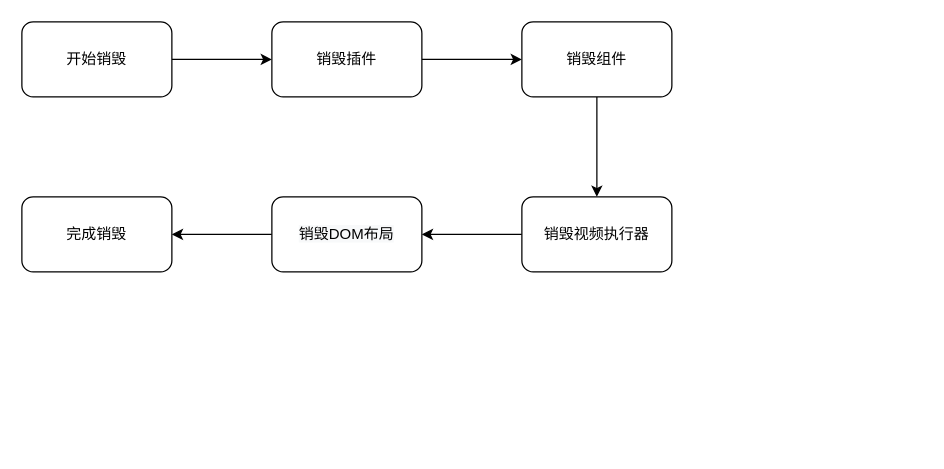
Before: docs/drawio/销毁流程图.drawio in c10342/media-player, a draw.io diagram. Source tidied: cells renumbered, new cells numbered last; positions are measured from the earlier drawing's top-left corner, leaving out a move shared by most shapes. Both pictures are drawn from the tidied source at 125%, with x=0, y=0 at pixel (21, 21).
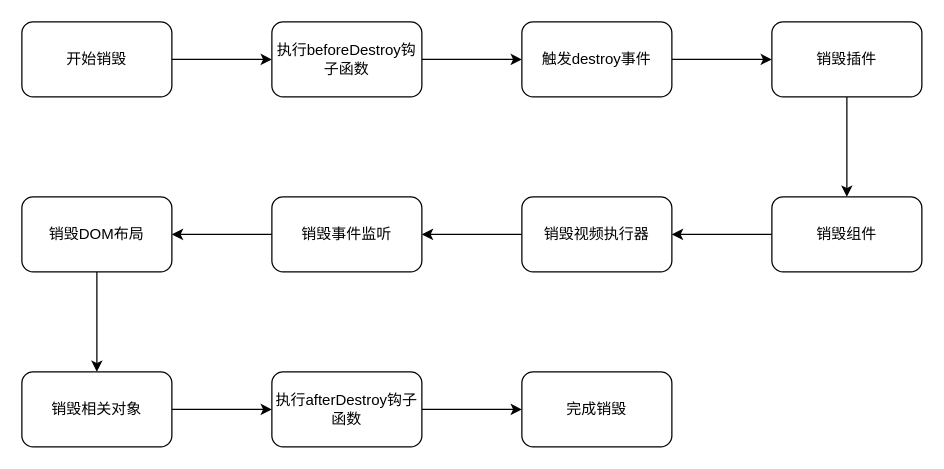
The same page after the edit.

The change refers to these unchanged cells:
```xml
<mxCell id="3" value="开始销毁" style="rounded=1;whiteSpace=wrap;html=1;" parent="1" vertex="1">
  <mxGeometry width="120" height="60" as="geometry" />
</mxCell>
<mxCell id="9" value="&lt;span&gt;销毁视频执行器&lt;/span&gt;" style="whiteSpace=wrap;html=1;rounded=1;" parent="1" vertex="1">
  <mxGeometry x="400" y="140" width="120" height="60" as="geometry" />
</mxCell>
```

What changed in the source:
```diff
@@
-    <mxCell id="2" style="edgeStyle=orthogonalEdgeStyle;rounded=0;jettySize=auto;html=1;" parent="1" edge="1" source="3" target="5">
-      <mxGeometry relative="1" as="geometry" />
-    </mxCell>
+    <mxCell id="13" style="edgeStyle=orthogonalEdgeStyle;rounded=0;jettySize=auto;html=1;" parent="1" edge="1" source="3" target="15">
+      <mxGeometry relative="1" as="geometry" />
+    </mxCell>
@@
+    <mxCell id="14" style="edgeStyle=orthogonalEdgeStyle;rounded=0;jettySize=auto;html=1;" parent="1" edge="1" source="15" target="17">
+      <mxGeometry relative="1" as="geometry" />
+    </mxCell>
+    <mxCell id="15" value="执行beforeDestroy钩子函数" style="whiteSpace=wrap;html=1;rounded=1;" parent="1" vertex="1">
+      <mxGeometry x="200" width="120" height="60" as="geometry" />
+    </mxCell>
+    <mxCell id="16" style="edgeStyle=orthogonalEdgeStyle;rounded=0;jettySize=auto;html=1;" parent="1" edge="1" source="17" target="5">
+      <mxGeometry relative="1" as="geometry" />
+    </mxCell>
+    <mxCell id="17" value="触发destroy事件" style="whiteSpace=wrap;html=1;rounded=1;" parent="1" vertex="1">
+      <mxGeometry x="400" width="120" height="60" as="geometry" />
+    </mxCell>
@@
     <mxCell id="5" value="销毁插件" style="whiteSpace=wrap;html=1;rounded=1;" parent="1" vertex="1">
-      <mxGeometry x="200" width="120" height="60" as="geometry" />
+      <mxGeometry x="600" width="120" height="60" as="geometry" />
     </mxCell>
@@
     <mxCell id="7" value="销毁组件" style="whiteSpace=wrap;html=1;rounded=1;" parent="1" vertex="1">
-      <mxGeometry x="400" width="120" height="60" as="geometry" />
+      <mxGeometry x="600" y="140" width="120" height="60" as="geometry" />
     </mxCell>
-    <mxCell id="8" style="edgeStyle=orthogonalEdgeStyle;rounded=0;jettySize=auto;html=1;" parent="1" edge="1" source="9" target="11">
-      <mxGeometry relative="1" as="geometry" />
-    </mxCell>
+    <mxCell id="18" style="edgeStyle=orthogonalEdgeStyle;rounded=0;jettySize=auto;html=1;" parent="1" edge="1" source="9" target="20">
+      <mxGeometry relative="1" as="geometry" />
+    </mxCell>
@@
-    <mxCell id="10" style="edgeStyle=orthogonalEdgeStyle;rounded=0;jettySize=auto;html=1;" parent="1" edge="1" source="11" target="12">
-      <mxGeometry relative="1" as="geometry" />
-    </mxCell>
+    <mxCell id="19" style="edgeStyle=orthogonalEdgeStyle;rounded=0;jettySize=auto;html=1;" parent="1" edge="1" source="20" target="11">
+      <mxGeometry relative="1" as="geometry" />
+    </mxCell>
+    <mxCell id="20" value="销毁事件监听" style="whiteSpace=wrap;html=1;rounded=1;" parent="1" vertex="1">
+      <mxGeometry x="200" y="140" width="120" height="60" as="geometry" />
+    </mxCell>
+    <mxCell id="21" style="edgeStyle=orthogonalEdgeStyle;rounded=0;jettySize=auto;html=1;" parent="1" edge="1" source="11" target="23">
+      <mxGeometry relative="1" as="geometry" />
+    </mxCell>
-    <mxCell id="11" value="&#10;&#10;&lt;span style=&quot;color: rgb(0, 0, 0); font-family: helvetica; font-size: 12px; font-style: normal; font-weight: 400; letter-spacing: normal; text-align: center; text-indent: 0px; text-transform: none; word-spacing: 0px; background-color: rgb(248, 249, 250); display: inline; float: none;&quot;&gt;销毁DOM布局&lt;/span&gt;&#10;&#10;" style="whiteSpace=wrap;html=1;rounded=1;" parent="1" vertex="1">
-      <mxGeometry x="200" y="140" width="120" height="60" as="geometry" />
+    <mxCell id="11" value="销毁DOM布局" style="whiteSpace=wrap;html=1;rounded=1;" parent="1" vertex="1">
+      <mxGeometry y="140" width="120" height="60" as="geometry" />
     </mxCell>
+    <mxCell id="22" style="edgeStyle=orthogonalEdgeStyle;rounded=0;jettySize=auto;html=1;" parent="1" edge="1" source="23" target="25">
+      <mxGeometry relative="1" as="geometry" />
+    </mxCell>
+    <mxCell id="23" value="销毁相关对象" style="whiteSpace=wrap;html=1;rounded=1;" parent="1" vertex="1">
+      <mxGeometry y="280" width="120" height="60" as="geometry" />
+    </mxCell>
+    <mxCell id="24" style="edgeStyle=orthogonalEdgeStyle;rounded=0;jettySize=auto;html=1;" parent="1" edge="1" source="25" target="12">
+      <mxGeometry relative="1" as="geometry" />
+    </mxCell>
+    <mxCell id="25" value="执行afterDestroy钩子函数" style="whiteSpace=wrap;html=1;rounded=1;" parent="1" vertex="1">
+      <mxGeometry x="200" y="280" width="120" height="60" as="geometry" />
+    </mxCell>
-    <mxCell id="12" value="&lt;span&gt;完成销毁&lt;/span&gt;" style="whiteSpace=wrap;html=1;rounded=1;" parent="1" vertex="1">
-      <mxGeometry y="140" width="120" height="60" as="geometry" />
+    <mxCell id="12" value="完成销毁" style="whiteSpace=wrap;html=1;rounded=1;" parent="1" vertex="1">
+      <mxGeometry x="400" y="280" width="120" height="60" as="geometry" />
     </mxCell>
```
